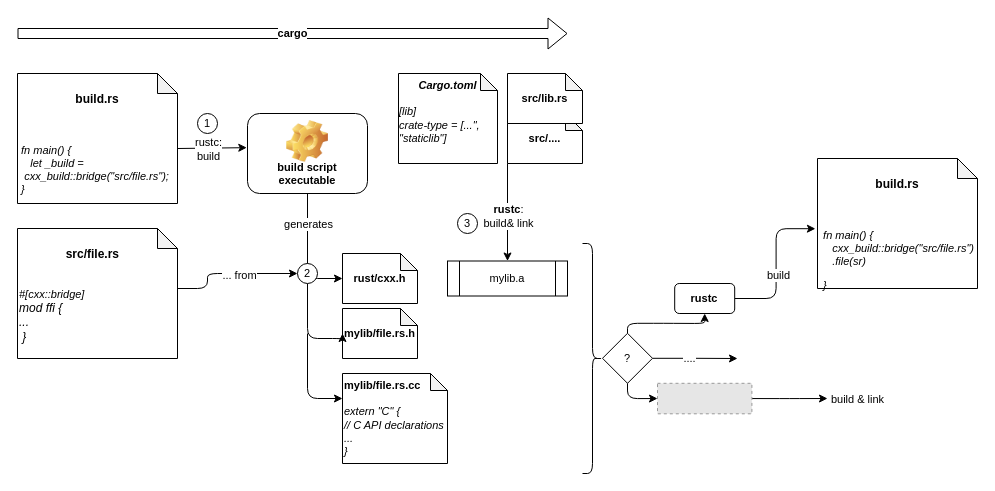
Before: doc/cxx-build-flow.drawio in TobTheRock/rs-cpp-ffi-template, a draw.io diagram. Source tidied: cells renumbered, new cells numbered last; positions are measured from the earlier drawing's top-left corner, leaving out a move shared by most shapes. Both pictures are drawn from the tidied source at 100%, with x=0, y=0 at pixel (17, 33). Pictures stored in the file or linked from it are replaced by grey dashed boxes.
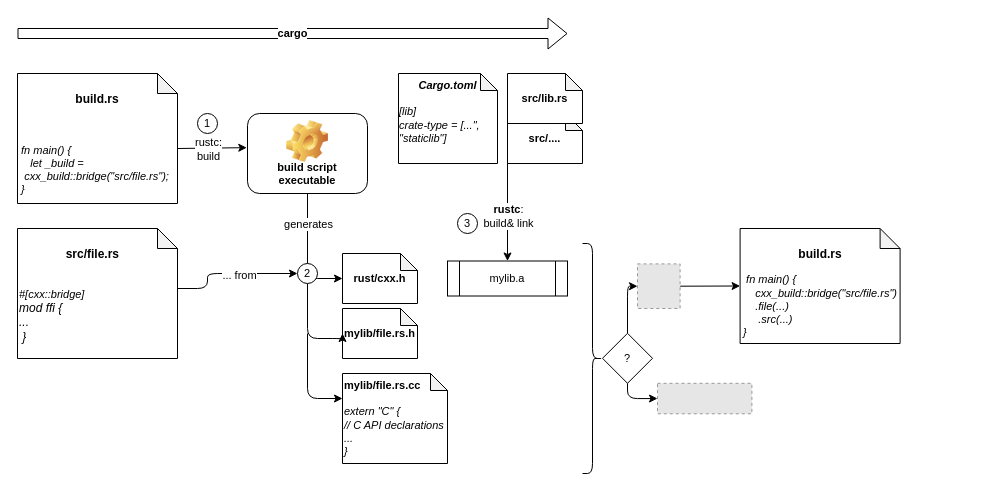
The same diagram, later.

The change refers to these unchanged cells:
```xml
<mxCell id="29" value="?" style="rhombus;whiteSpace=wrap;html=1;fontSize=11;" parent="1" vertex="1">
  <mxGeometry x="585" y="299.8" width="50" height="50" as="geometry" />
</mxCell>
<mxCell id="32" style="fillColor=#E6E6E6;strokeColor=#999999;dashed=1;verticalLabelPosition=bottom;labelBackgroundColor=default;verticalAlign=top;" parent="1" vertex="1">
  <mxGeometry x="640" y="349.8" width="94.4" height="30.5" as="geometry" />
</mxCell>
```

Diff of the diagram source:
```diff
@@
-    <mxCell id="26" style="edgeStyle=orthogonalEdgeStyle;html=1;exitX=1;exitY=0.5;exitDx=0;exitDy=0;fontSize=11;" parent="1" edge="1" source="29">
-      <mxGeometry relative="1" as="geometry">
-        <mxPoint x="720" y="325" as="targetPoint" />
-      </mxGeometry>
-    </mxCell>
-    <mxCell id="27" value="...." style="edgeLabel;html=1;align=center;verticalAlign=middle;fontSize=11;" parent="26" vertex="1">
-      <mxGeometry x="-0.16" relative="1" as="geometry" />
-    </mxCell>
-    <mxCell id="28" style="edgeStyle=orthogonalEdgeStyle;html=1;exitX=0.5;exitY=0;exitDx=0;exitDy=0;fontSize=11;" parent="1" edge="1" source="29" target="36">
+    <mxCell id="28" style="edgeStyle=orthogonalEdgeStyle;html=1;exitX=0.5;exitY=0;exitDx=0;exitDy=0;fontSize=11;entryX=0;entryY=0.5;entryDx=0;entryDy=0;" parent="1" edge="1" source="29" target="41">
       <mxGeometry relative="1" as="geometry" />
     </mxCell>
@@
-    <mxCell id="30" style="edgeStyle=orthogonalEdgeStyle;html=1;exitX=1;exitY=0.5;exitDx=0;exitDy=0;fontSize=11;" parent="1" edge="1" source="32">
-      <mxGeometry relative="1" as="geometry">
-        <mxPoint x="810" y="365" as="targetPoint" />
-      </mxGeometry>
-    </mxCell>
-    <mxCell id="31" value="build &amp;amp; link" style="edgeLabel;html=1;align=center;verticalAlign=middle;fontSize=11;" parent="30" vertex="1">
-      <mxGeometry x="-0.31" relative="1" as="geometry">
-        <mxPoint x="79" as="offset" />
-      </mxGeometry>
-    </mxCell>
@@
-    <mxCell id="33" value="&lt;p&gt;&lt;b&gt;build.rs&lt;br&gt;&lt;/b&gt;&lt;/p&gt;&lt;br&gt;&lt;p style=&quot;text-align: left; font-size: 11px;&quot;&gt;&lt;i style=&quot;&quot;&gt;&lt;font style=&quot;font-size: 11px;&quot;&gt;&amp;nbsp;fn main() {&lt;br&gt;&lt;/font&gt;&lt;/i&gt;&lt;i&gt;&lt;font style=&quot;font-size: 11px;&quot;&gt;&amp;nbsp; &amp;nbsp; &lt;/font&gt;&lt;/i&gt;&lt;i style=&quot;background-color: initial; font-family: Helvetica; white-space: normal;&quot;&gt;cxx_build::bridge(&quot;src/file.rs&quot;)&lt;br&gt;&amp;nbsp; &amp;nbsp; .file(sr)&lt;/i&gt;&lt;/p&gt;&lt;p style=&quot;text-align: left; font-size: 11px;&quot;&gt;&lt;i style=&quot;&quot;&gt;&lt;font style=&quot;font-size: 11px;&quot;&gt;&amp;nbsp;}&lt;/font&gt;&lt;/i&gt;&lt;/p&gt;" style="shape=note;html=1;backgroundOutline=1;darkOpacity=0.05;size=20;verticalAlign=top;whiteSpace=wrap;" parent="1" vertex="1">
-      <mxGeometry x="800" y="125" width="160" height="130" as="geometry" />
+    <mxCell id="33" value="&lt;p&gt;&lt;b&gt;build.rs&lt;br&gt;&lt;/b&gt;&lt;/p&gt;&lt;p style=&quot;text-align: left; font-size: 11px;&quot;&gt;&lt;i style=&quot;&quot;&gt;&lt;font style=&quot;font-size: 11px;&quot;&gt;&amp;nbsp;fn main() {&lt;br&gt;&lt;/font&gt;&lt;/i&gt;&lt;i&gt;&lt;font style=&quot;font-size: 11px;&quot;&gt;&amp;nbsp; &amp;nbsp; &lt;/font&gt;&lt;/i&gt;&lt;i style=&quot;background-color: initial; font-family: Helvetica; white-space: normal;&quot;&gt;cxx_build::bridge(&quot;src/file.rs&quot;)&lt;br&gt;&amp;nbsp; &amp;nbsp; .file(...)&lt;br&gt;&lt;/i&gt;&lt;i style=&quot;background-color: initial;&quot;&gt;&amp;nbsp; &amp;nbsp; &amp;nbsp;.src(...)&lt;br&gt;}&lt;/i&gt;&lt;/p&gt;" style="shape=note;html=1;backgroundOutline=1;darkOpacity=0.05;size=20;verticalAlign=top;whiteSpace=wrap;" parent="1" vertex="1">
+      <mxGeometry x="722.6" y="195" width="160" height="115" as="geometry" />
     </mxCell>
-    <mxCell id="34" style="edgeStyle=orthogonalEdgeStyle;html=1;exitX=1;exitY=0.5;exitDx=0;exitDy=0;entryX=-0.013;entryY=0.54;entryDx=0;entryDy=0;entryPerimeter=0;fontSize=11;" parent="1" edge="1" source="36" target="33">
-      <mxGeometry relative="1" as="geometry" />
-    </mxCell>
-    <mxCell id="35" value="build" style="edgeLabel;html=1;align=center;verticalAlign=middle;fontSize=11;" parent="34" vertex="1">
-      <mxGeometry x="-0.14" y="-2" relative="1" as="geometry" />
-    </mxCell>
-    <mxCell id="36" value="&lt;b&gt;rustc&lt;/b&gt;" style="rounded=1;whiteSpace=wrap;html=1;fontSize=11;" parent="1" vertex="1">
-      <mxGeometry x="657.2" y="250" width="60" height="30" as="geometry" />
-    </mxCell>
@@
+    <mxCell id="40" style="edgeStyle=none;html=1;exitX=1;exitY=0.5;exitDx=0;exitDy=0;entryX=0;entryY=0.5;entryDx=0;entryDy=0;entryPerimeter=0;" parent="1" edge="1" source="41" target="33">
+      <mxGeometry relative="1" as="geometry" />
+    </mxCell>
+    <mxCell id="41" style="fillColor=#E6E6E6;strokeColor=#999999;dashed=1;verticalLabelPosition=bottom;labelBackgroundColor=default;verticalAlign=top;" parent="1" vertex="1">
+      <mxGeometry x="620" y="230.4" width="42.6" height="44.6" as="geometry" />
+    </mxCell>
```
